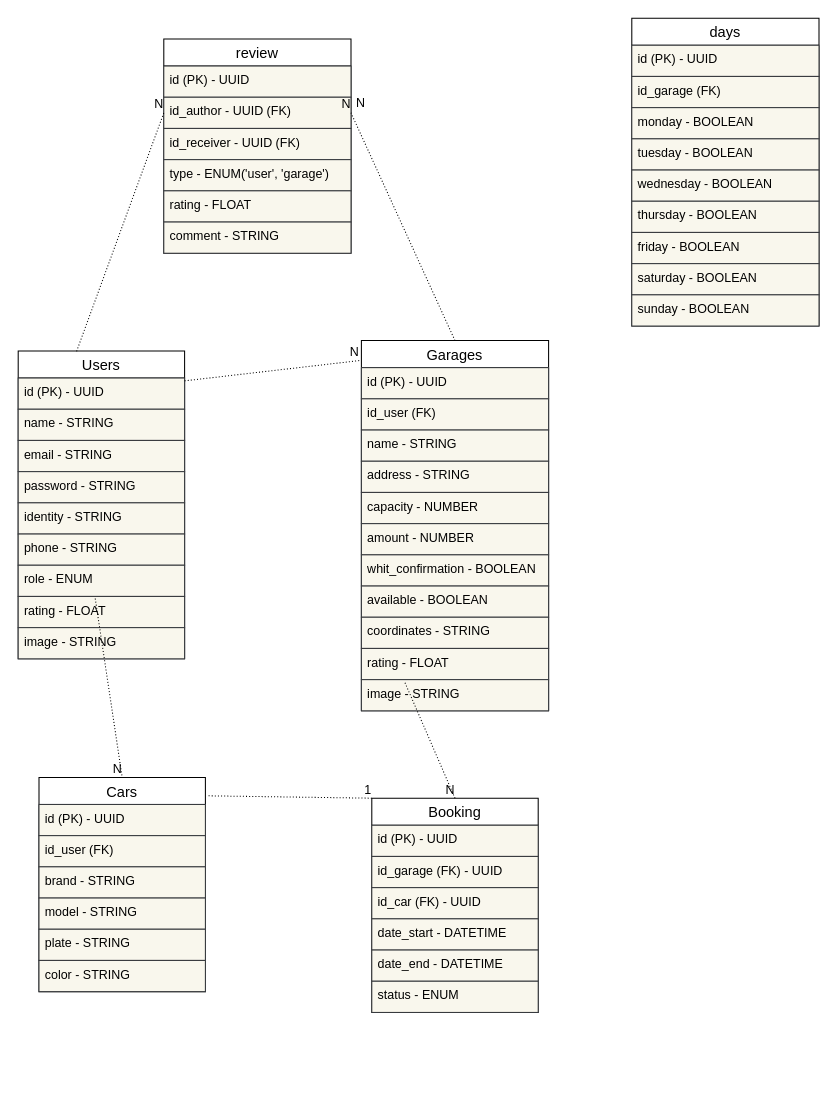
Before: backend/relationalDiagram.drawio in No-Country/s13-04-t-node-react, a draw.io diagram. Source tidied: cells renumbered, new cells numbered last; positions are measured from the earlier drawing's top-left corner, leaving out a move shared by most shapes. Both pictures are drawn from the tidied source at 104%, with x=0, y=0 at pixel (18, 18).
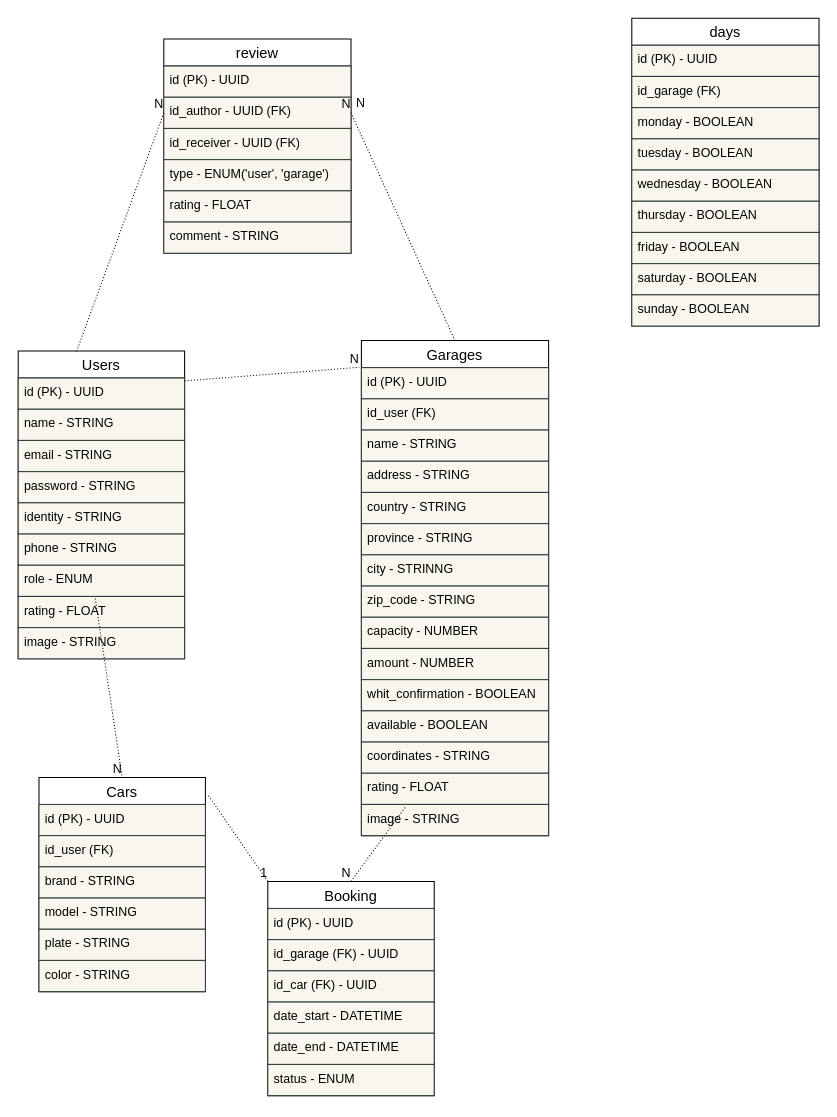
The same page after the edit.

Commit message:
add field in Garage

What changed in the source:
```diff
@@
     <mxCell id="12" value="Garages" style="swimlane;fontStyle=0;horizontal=1;startSize=26;align=center;fontSize=14;" parent="1" vertex="1">
-      <mxGeometry x="330" y="310" width="180" height="356" as="geometry" />
+      <mxGeometry x="330" y="310" width="180" height="476" as="geometry" />
     </mxCell>
@@
+    <mxCell id="68" value="country - STRING" style="text;strokeColor=#36393d;fillColor=#f9f7ed;spacingLeft=4;spacingRight=4;overflow=hidden;fontSize=12;fontColor=#000000;" parent="12" vertex="1">
+      <mxGeometry y="146" width="180" height="30" as="geometry" />
+    </mxCell>
+    <mxCell id="69" value="province - STRING" style="text;strokeColor=#36393d;fillColor=#f9f7ed;spacingLeft=4;spacingRight=4;overflow=hidden;fontSize=12;fontColor=#000000;" parent="12" vertex="1">
+      <mxGeometry y="176" width="180" height="30" as="geometry" />
+    </mxCell>
+    <mxCell id="70" value="city - STRINNG" style="text;strokeColor=#36393d;fillColor=#f9f7ed;spacingLeft=4;spacingRight=4;overflow=hidden;fontSize=12;fontColor=#000000;" parent="12" vertex="1">
+      <mxGeometry y="206" width="180" height="30" as="geometry" />
+    </mxCell>
+    <mxCell id="71" value="zip_code - STRING" style="text;strokeColor=#36393d;fillColor=#f9f7ed;spacingLeft=4;spacingRight=4;overflow=hidden;fontSize=12;fontColor=#000000;" parent="12" vertex="1">
+      <mxGeometry y="236" width="180" height="30" as="geometry" />
+    </mxCell>
     <mxCell id="17" value="capacity - NUMBER" style="text;strokeColor=#36393d;fillColor=#f9f7ed;spacingLeft=4;spacingRight=4;overflow=hidden;fontSize=12;fontColor=#000000;" parent="12" vertex="1">
-      <mxGeometry y="146" width="180" height="30" as="geometry" />
+      <mxGeometry y="266" width="180" height="30" as="geometry" />
     </mxCell>
     <mxCell id="18" value="amount - NUMBER" style="text;strokeColor=#36393d;fillColor=#f9f7ed;spacingLeft=4;spacingRight=4;overflow=hidden;fontSize=12;fontColor=#000000;" parent="12" vertex="1">
-      <mxGeometry y="176" width="180" height="30" as="geometry" />
+      <mxGeometry y="296" width="180" height="30" as="geometry" />
     </mxCell>
     <mxCell id="19" value="whit_confirmation - BOOLEAN" style="text;strokeColor=#36393d;fillColor=#f9f7ed;spacingLeft=4;spacingRight=4;overflow=hidden;fontSize=12;fontColor=#000000;" parent="12" vertex="1">
-      <mxGeometry y="206" width="180" height="30" as="geometry" />
+      <mxGeometry y="326" width="180" height="30" as="geometry" />
     </mxCell>
     <mxCell id="20" value="available - BOOLEAN" style="text;strokeColor=#36393d;fillColor=#f9f7ed;spacingLeft=4;spacingRight=4;overflow=hidden;fontSize=12;fontColor=#000000;" parent="12" vertex="1">
-      <mxGeometry y="236" width="180" height="30" as="geometry" />
+      <mxGeometry y="356" width="180" height="30" as="geometry" />
     </mxCell>
     <mxCell id="21" value="coordinates - STRING" style="text;strokeColor=#36393d;fillColor=#f9f7ed;spacingLeft=4;spacingRight=4;overflow=hidden;fontSize=12;fontColor=#000000;" parent="12" vertex="1">
-      <mxGeometry y="266" width="180" height="30" as="geometry" />
+      <mxGeometry y="386" width="180" height="30" as="geometry" />
     </mxCell>
     <mxCell id="22" value="rating - FLOAT" style="text;strokeColor=#36393d;fillColor=#f9f7ed;spacingLeft=4;spacingRight=4;overflow=hidden;points=[[0,0.5],[1,0.5]];portConstraint=eastwest;fontSize=12;fontColor=#000000;" parent="12" vertex="1">
-      <mxGeometry y="296" width="180" height="30" as="geometry" />
+      <mxGeometry y="416" width="180" height="30" as="geometry" />
     </mxCell>
     <mxCell id="23" value="image - STRING" style="text;strokeColor=#36393d;fillColor=#f9f7ed;spacingLeft=4;spacingRight=4;overflow=hidden;fontSize=12;fontColor=#000000;" parent="12" vertex="1">
-      <mxGeometry y="326" width="180" height="30" as="geometry" />
+      <mxGeometry y="446" width="180" height="30" as="geometry" />
     </mxCell>
@@
     <mxCell id="35" value="Booking" style="swimlane;fontStyle=0;horizontal=1;startSize=26;align=center;fontSize=14;" parent="1" vertex="1">
-      <mxGeometry x="340" y="750" width="160" height="206" as="geometry" />
+      <mxGeometry x="240" y="830" width="160" height="206" as="geometry" />
     </mxCell>
```
